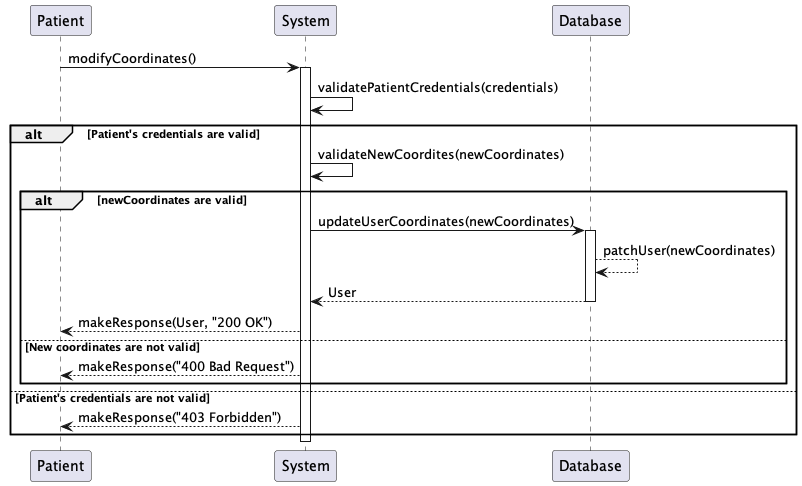
The PlantUML diagram plantUml/sequence-modify-coordinates.png in KevenJAntenor/Quebec-Centralized-Medical-Record-System, before a commit.
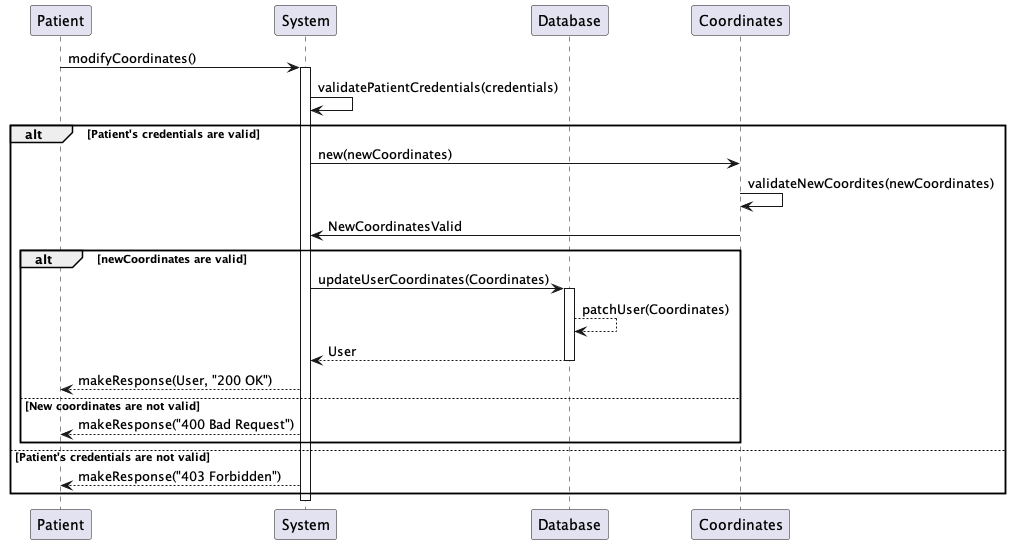
After the commit.

Diff of the diagram source:
```diff
@@ -8,11 +8,13 @@
 activate System
 System -> System: validatePatientCredentials(credentials)
 alt Patient's credentials are valid
-    System -> System: validateNewCoordites(newCoordinates)
+    System -> Coordinates: new(newCoordinates)
+    Coordinates -> Coordinates: validateNewCoordites(newCoordinates)
+    Coordinates -> System: NewCoordinatesValid
     alt newCoordinates are valid
-        System -> Database: updateUserCoordinates(newCoordinates)
+        System -> Database: updateUserCoordinates(Coordinates)
         activate Database
-        Database --> Database: patchUser(newCoordinates)
+        Database --> Database: patchUser(Coordinates)
         Database --> System: User
         deactivate Database
         System --> Patient: makeResponse(User, "200 OK")
```
